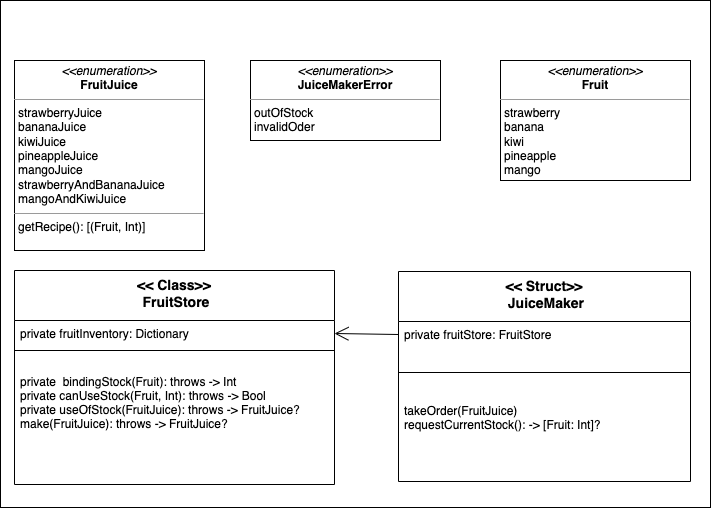
Earlier version of the draw.io export juiceMaker.png (yagom-academy/ios-juice-maker). Source tidied: cells renumbered, new cells last; positions are measured from the earlier drawing's top-left corner, leaving out a move shared by most shapes.
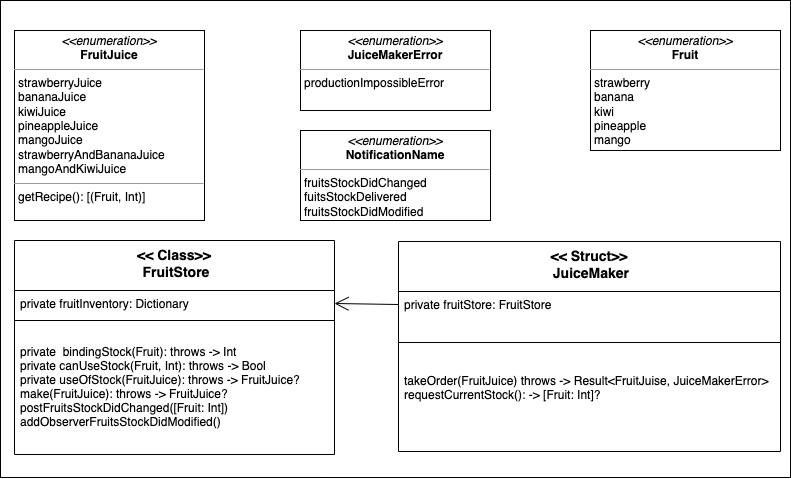
After the change.

Change to the diagram source:
```diff
@@ -3,7 +3,7 @@
     <mxCell id="0" />
     <mxCell id="1" parent="0" />
     <mxCell id="2" style="rounded=0;whiteSpace=wrap;html=1;fontSize=14;" parent="1" vertex="1">
-      <mxGeometry width="710" height="507" as="geometry" />
+      <mxGeometry y="30" width="790" height="477" as="geometry" />
     </mxCell>
     <mxCell id="3" value="&lt;&lt; Class&gt;&gt;&#10; FruitStore" style="swimlane;fontStyle=1;align=center;verticalAlign=top;horizontal=1;startSize=50;fontSize=14;" parent="1" vertex="1">
       <mxGeometry x="14" y="270" width="320" height="214" as="geometry" />
@@ -14,32 +14,35 @@
     <mxCell id="5" style="line;strokeWidth=1;fillColor=none;align=left;verticalAlign=middle;spacingTop=-1;spacingLeft=3;spacingRight=3;labelPosition=right;" parent="3" vertex="1">
       <mxGeometry y="76" width="320" height="8" as="geometry" />
     </mxCell>
-    <mxCell id="6" value="&#10;private  bindingStock(Fruit): throws -&gt; Int&#10;private canUseStock(Fruit, Int): throws -&gt; Bool&#10;private useOfStock(FruitJuice): throws -&gt; FruitJuice?&#10;make(FruitJuice): throws -&gt; FruitJuice?&#10;&#10;&#10;&#10;" style="text;strokeColor=none;fillColor=none;align=left;verticalAlign=top;spacingLeft=4;spacingRight=4;overflow=hidden;" parent="3" vertex="1">
+    <mxCell id="6" value="&#10;private  bindingStock(Fruit): throws -&gt; Int&#10;private canUseStock(Fruit, Int): throws -&gt; Bool&#10;private useOfStock(FruitJuice): throws -&gt; FruitJuice?&#10;make(FruitJuice): throws -&gt; FruitJuice?&#10;postFruitsStockDidChanged([Fruit: Int])&#10;addObserverFruitsStockDidModified()&#10;&#10;&#10;" style="text;strokeColor=none;fillColor=none;align=left;verticalAlign=top;spacingLeft=4;spacingRight=4;overflow=hidden;" parent="3" vertex="1">
       <mxGeometry y="84" width="320" height="130" as="geometry" />
     </mxCell>
     <mxCell id="7" style="endArrow=open;endFill=1;endSize=12;html=1;rounded=0;fontSize=14;entryX=1;entryY=0.5;entryDx=0;entryDy=0;exitX=0;exitY=0.5;exitDx=0;exitDy=0;" parent="1" edge="1" source="10" target="4">
       <mxGeometry relative="1" as="geometry" />
     </mxCell>
     <mxCell id="8" value="&lt;p style=&quot;margin: 0px ; margin-top: 4px ; text-align: center&quot;&gt;&lt;i&gt;&amp;lt;&amp;lt;enumeration&amp;gt;&amp;gt;&lt;/i&gt;&lt;br&gt;&lt;b&gt;Fruit&lt;/b&gt;&lt;/p&gt;&lt;hr size=&quot;1&quot;&gt;&lt;p style=&quot;margin: 0px ; margin-left: 4px&quot;&gt;strawberry&lt;/p&gt;&lt;p style=&quot;margin: 0px ; margin-left: 4px&quot;&gt;banana&lt;/p&gt;&lt;p style=&quot;margin: 0px ; margin-left: 4px&quot;&gt;kiwi&lt;/p&gt;&lt;p style=&quot;margin: 0px ; margin-left: 4px&quot;&gt;pineapple&lt;/p&gt;&lt;p style=&quot;margin: 0px ; margin-left: 4px&quot;&gt;mango&lt;br&gt;&lt;/p&gt;&lt;hr size=&quot;1&quot;&gt;&lt;p style=&quot;margin: 0px ; margin-left: 4px&quot;&gt;&lt;br&gt;&lt;/p&gt;" style="verticalAlign=top;align=left;overflow=fill;fontSize=12;fontFamily=Helvetica;html=1;" parent="1" vertex="1">
-      <mxGeometry x="500" y="60" width="190" height="120" as="geometry" />
+      <mxGeometry x="590" y="60" width="190" height="120" as="geometry" />
     </mxCell>
     <mxCell id="9" value="&lt;&lt; Struct&gt;&gt;&#10; JuiceMaker&#10;&#10;" style="swimlane;fontStyle=1;align=center;verticalAlign=top;horizontal=1;startSize=50;fontSize=14;" parent="1" vertex="1">
-      <mxGeometry x="398" y="271" width="292" height="210" as="geometry" />
+      <mxGeometry x="398" y="271" width="382" height="210" as="geometry" />
     </mxCell>
     <mxCell id="10" value="private fruitStore: FruitStore" style="text;strokeColor=none;fillColor=none;align=left;verticalAlign=top;spacingLeft=4;spacingRight=4;overflow=hidden;points=[[0,0.5],[1,0.5]];portConstraint=eastwest;" parent="9" vertex="1">
-      <mxGeometry y="50" width="292" height="26" as="geometry" />
+      <mxGeometry y="50" width="382" height="26" as="geometry" />
     </mxCell>
     <mxCell id="11" style="line;strokeWidth=1;fillColor=none;align=left;verticalAlign=middle;spacingTop=-1;spacingLeft=3;spacingRight=3;labelPosition=right;" parent="9" vertex="1">
-      <mxGeometry y="76" width="292" height="50" as="geometry" />
+      <mxGeometry y="76" width="382" height="50" as="geometry" />
     </mxCell>
-    <mxCell id="12" value="takeOrder(FruitJuice)&#10;requestCurrentStock(): -&gt; [Fruit: Int]? &#10;" style="text;strokeColor=none;fillColor=none;align=left;verticalAlign=top;spacingLeft=4;spacingRight=4;overflow=hidden;" parent="9" vertex="1">
-      <mxGeometry y="126" width="292" height="84" as="geometry" />
+    <mxCell id="12" value="takeOrder(FruitJuice) throws -&gt; Result&lt;FruitJuise, JuiceMakerError&gt;&#10;requestCurrentStock(): -&gt; [Fruit: Int]? &#10;" style="text;strokeColor=none;fillColor=none;align=left;verticalAlign=top;spacingLeft=4;spacingRight=4;overflow=hidden;" parent="9" vertex="1">
+      <mxGeometry y="126" width="382" height="84" as="geometry" />
     </mxCell>
     <mxCell id="13" value="&lt;p style=&quot;margin: 0px ; margin-top: 4px ; text-align: center&quot;&gt;&lt;i&gt;&amp;lt;&amp;lt;enumeration&amp;gt;&amp;gt;&lt;/i&gt;&lt;br&gt;&lt;b&gt;FruitJuice&lt;/b&gt;&lt;/p&gt;&lt;hr size=&quot;1&quot;&gt;&lt;p style=&quot;margin: 0px ; margin-left: 4px&quot;&gt;strawberryJuice&lt;/p&gt;&lt;p style=&quot;margin: 0px ; margin-left: 4px&quot;&gt;bananaJuice&lt;/p&gt;&lt;p style=&quot;margin: 0px ; margin-left: 4px&quot;&gt;kiwiJuice&lt;/p&gt;&lt;p style=&quot;margin: 0px ; margin-left: 4px&quot;&gt;pineappleJuice&lt;/p&gt;&lt;p style=&quot;margin: 0px ; margin-left: 4px&quot;&gt;mangoJuice&lt;br&gt;&lt;/p&gt;&lt;p style=&quot;margin: 0px ; margin-left: 4px&quot;&gt;strawberryAndBananaJuice&lt;/p&gt;&lt;p style=&quot;margin: 0px ; margin-left: 4px&quot;&gt;mangoAndKiwiJuice&lt;/p&gt;&lt;hr size=&quot;1&quot;&gt;&lt;p style=&quot;margin: 0px ; margin-left: 4px&quot;&gt;getRecipe(): [(Fruit, Int)]&lt;/p&gt;" style="verticalAlign=top;align=left;overflow=fill;fontSize=12;fontFamily=Helvetica;html=1;" parent="1" vertex="1">
       <mxGeometry x="14" y="60" width="190" height="190" as="geometry" />
     </mxCell>
-    <mxCell id="14" value="&lt;p style=&quot;margin: 0px ; margin-top: 4px ; text-align: center&quot;&gt;&lt;i&gt;&amp;lt;&amp;lt;enumeration&amp;gt;&amp;gt;&lt;/i&gt;&lt;br&gt;&lt;b&gt;JuiceMakerError&lt;/b&gt;&lt;/p&gt;&lt;hr size=&quot;1&quot;&gt;&lt;p style=&quot;margin: 0px ; margin-left: 4px&quot;&gt;outOfStock&lt;/p&gt;&lt;p style=&quot;margin: 0px ; margin-left: 4px&quot;&gt;invalidOder&lt;/p&gt;&lt;hr size=&quot;1&quot;&gt;&lt;p style=&quot;margin: 0px ; margin-left: 4px&quot;&gt;&lt;br&gt;&lt;/p&gt;" style="verticalAlign=top;align=left;overflow=fill;fontSize=12;fontFamily=Helvetica;html=1;" parent="1" vertex="1">
-      <mxGeometry x="250" y="60" width="190" height="80" as="geometry" />
+    <mxCell id="14" value="&lt;p style=&quot;margin: 0px ; margin-top: 4px ; text-align: center&quot;&gt;&lt;i&gt;&amp;lt;&amp;lt;enumeration&amp;gt;&amp;gt;&lt;/i&gt;&lt;br&gt;&lt;b&gt;JuiceMakerError&lt;/b&gt;&lt;/p&gt;&lt;hr size=&quot;1&quot;&gt;&lt;p style=&quot;margin: 0px ; margin-left: 4px&quot;&gt;productionImpossibleError&lt;br&gt;&lt;/p&gt;" style="verticalAlign=top;align=left;overflow=fill;fontSize=12;fontFamily=Helvetica;html=1;" parent="1" vertex="1">
+      <mxGeometry x="300" y="60" width="190" height="80" as="geometry" />
     </mxCell>
+    <mxCell id="15" value="&lt;p style=&quot;margin: 0px ; margin-top: 4px ; text-align: center&quot;&gt;&lt;i&gt;&amp;lt;&amp;lt;enumeration&amp;gt;&amp;gt;&lt;/i&gt;&lt;br&gt;&lt;b&gt;NotificationName&lt;/b&gt;&lt;/p&gt;&lt;hr size=&quot;1&quot;&gt;&lt;p style=&quot;margin: 0px ; margin-left: 4px&quot;&gt;fruitsStockDidChanged&lt;/p&gt;&lt;p style=&quot;margin: 0px ; margin-left: 4px&quot;&gt;fuitsStockDelivered&lt;/p&gt;&lt;p style=&quot;margin: 0px ; margin-left: 4px&quot;&gt;fruitsStockDidModified&lt;/p&gt;" style="verticalAlign=top;align=left;overflow=fill;fontSize=12;fontFamily=Helvetica;html=1;" parent="1" vertex="1">
+      <mxGeometry x="300" y="160" width="190" height="90" as="geometry" />
+    </mxCell>
   </root>
 </mxGraphModel>
```
